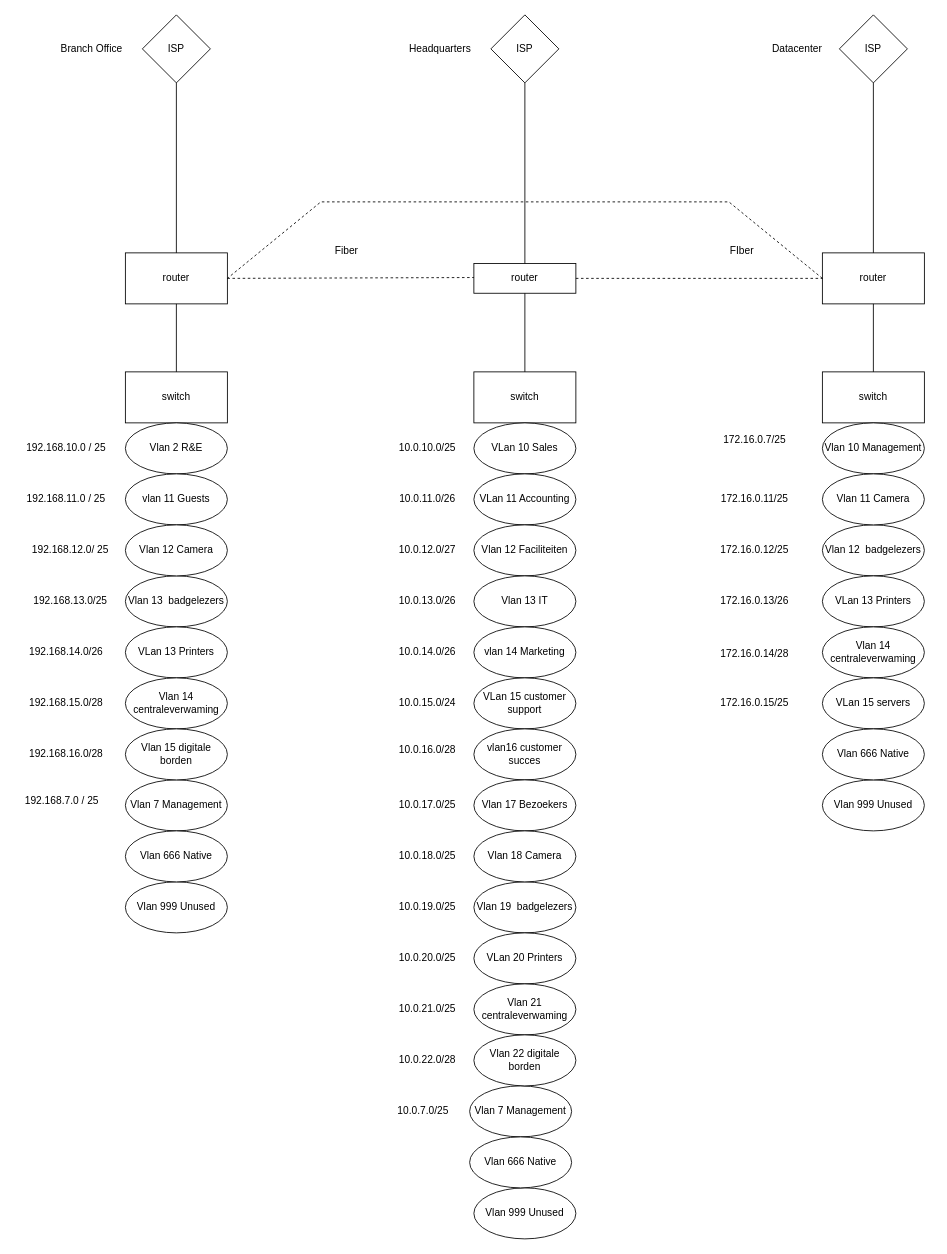
The draw.io diagram ENSW.drawio in robbeabe/CCNA3, before the edit. Source tidied: cells renumbered, new cells numbered last; positions are measured from the earlier drawing's top-left corner, leaving out a move shared by most shapes. Both pictures are drawn from the tidied source at 85%, with x=0, y=0 at pixel (14, 14).
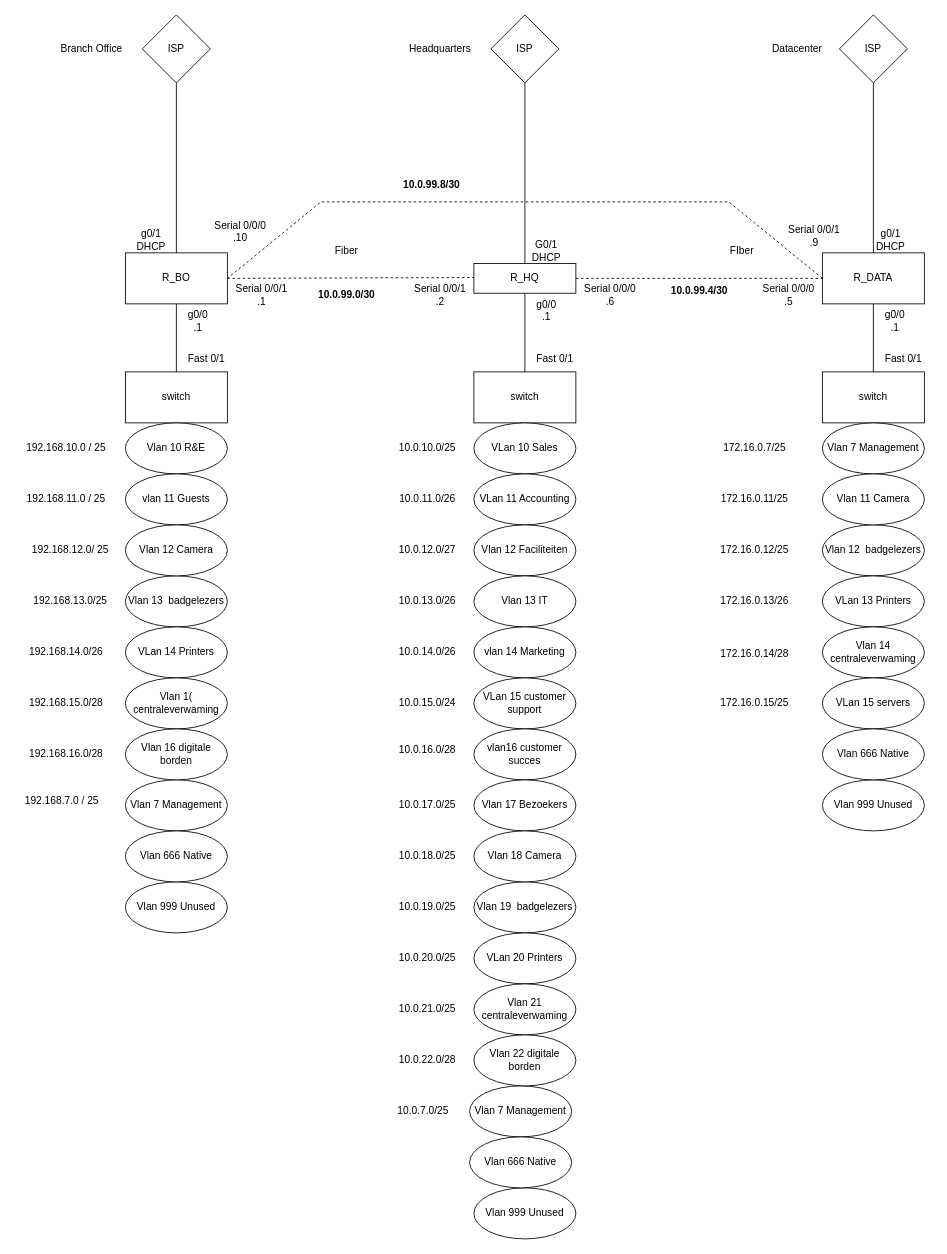
Above is the later version.

What changed in the source:
```diff
@@
-    <mxCell id="2" value="router" style="rounded=0;whiteSpace=wrap;html=1;" parent="1" vertex="1">
+    <mxCell id="2" value="R_BO" style="rounded=0;whiteSpace=wrap;html=1;" parent="1" vertex="1">
       <mxGeometry x="130" y="280" width="120" height="60" as="geometry" />
     </mxCell>
-    <mxCell id="3" value="router" style="rounded=0;whiteSpace=wrap;html=1;" parent="1" vertex="1">
+    <mxCell id="3" value="R_HQ" style="rounded=0;whiteSpace=wrap;html=1;" parent="1" vertex="1">
       <mxGeometry x="540" y="292.5" width="120" height="35" as="geometry" />
     </mxCell>
-    <mxCell id="4" value="router" style="rounded=0;whiteSpace=wrap;html=1;" parent="1" vertex="1">
+    <mxCell id="4" value="R_DATA" style="rounded=0;whiteSpace=wrap;html=1;" parent="1" vertex="1">
       <mxGeometry x="950" y="280" width="120" height="60" as="geometry" />
     </mxCell>
@@
-    <mxCell id="37" value="Vlan 2 R&amp;amp;E" style="ellipse;whiteSpace=wrap;html=1;" parent="1" vertex="1">
+    <mxCell id="37" value="Vlan 10 R&amp;amp;E" style="ellipse;whiteSpace=wrap;html=1;" parent="1" vertex="1">
       <mxGeometry x="130" y="480" width="120" height="60" as="geometry" />
     </mxCell>
@@
-    <mxCell id="43" value="VLan 13 Printers" style="ellipse;whiteSpace=wrap;html=1;" parent="1" vertex="1">
+    <mxCell id="43" value="VLan 14 Printers" style="ellipse;whiteSpace=wrap;html=1;" parent="1" vertex="1">
       <mxGeometry x="130" y="720" width="120" height="60" as="geometry" />
     </mxCell>
-    <mxCell id="44" value="Vlan 14 centraleverwaming" style="ellipse;whiteSpace=wrap;html=1;" parent="1" vertex="1">
+    <mxCell id="44" value="Vlan 1( centraleverwaming" style="ellipse;whiteSpace=wrap;html=1;" parent="1" vertex="1">
       <mxGeometry x="130" y="780" width="120" height="60" as="geometry" />
     </mxCell>
-    <mxCell id="45" value="Vlan 15 digitale borden" style="ellipse;whiteSpace=wrap;html=1;" parent="1" vertex="1">
+    <mxCell id="45" value="Vlan 16 digitale borden" style="ellipse;whiteSpace=wrap;html=1;" parent="1" vertex="1">
       <mxGeometry x="130" y="840" width="120" height="60" as="geometry" />
     </mxCell>
@@
-    <mxCell id="48" value="&lt;span style=&quot;&quot;&gt;Vlan 10 Management&lt;/span&gt;" style="ellipse;whiteSpace=wrap;html=1;" parent="1" vertex="1">
+    <mxCell id="48" value="&lt;span style=&quot;&quot;&gt;Vlan 7 Management&lt;/span&gt;" style="ellipse;whiteSpace=wrap;html=1;" parent="1" vertex="1">
       <mxGeometry x="950" y="480" width="120" height="60" as="geometry" />
     </mxCell>
@@
     <mxCell id="77" value="172.16.0.7/25" style="text;html=1;align=center;verticalAlign=middle;strokeColor=none;fillColor=none;" parent="1" vertex="1">
-      <mxGeometry x="820" y="485" width="100" height="30" as="geometry" />
+      <mxGeometry x="820" y="495" width="100" height="30" as="geometry" />
     </mxCell>
@@
+    <mxCell id="87" value="Serial 0/0/1&lt;br&gt;.1" style="text;html=1;align=center;verticalAlign=middle;strokeColor=none;fillColor=none;" parent="1" vertex="1">
+      <mxGeometry x="250" y="310" width="80" height="40" as="geometry" />
+    </mxCell>
+    <mxCell id="88" value="Serial 0/0/1&lt;br&gt;.2" style="text;html=1;align=center;verticalAlign=middle;strokeColor=none;fillColor=none;" parent="1" vertex="1">
+      <mxGeometry x="460" y="310" width="80" height="40" as="geometry" />
+    </mxCell>
+    <mxCell id="89" value="Serial 0/0/0&lt;br&gt;.6" style="text;html=1;align=center;verticalAlign=middle;strokeColor=none;fillColor=none;" parent="1" vertex="1">
+      <mxGeometry x="660" y="310" width="80" height="40" as="geometry" />
+    </mxCell>
+    <mxCell id="90" value="Serial 0/0/0&lt;br&gt;.5" style="text;html=1;align=center;verticalAlign=middle;strokeColor=none;fillColor=none;" parent="1" vertex="1">
+      <mxGeometry x="870" y="310" width="80" height="40" as="geometry" />
+    </mxCell>
+    <mxCell id="91" value="Serial 0/0/1&lt;br&gt;.9" style="text;html=1;align=center;verticalAlign=middle;strokeColor=none;fillColor=none;" parent="1" vertex="1">
+      <mxGeometry x="900" y="240" width="80" height="40" as="geometry" />
+    </mxCell>
+    <mxCell id="92" value="Serial 0/0/0&lt;br&gt;.10" style="text;html=1;align=center;verticalAlign=middle;strokeColor=none;fillColor=none;" parent="1" vertex="1">
+      <mxGeometry x="225" y="235" width="80" height="40" as="geometry" />
+    </mxCell>
+    <mxCell id="93" value="g0/1&lt;br&gt;DHCP" style="text;html=1;align=center;verticalAlign=middle;strokeColor=none;fillColor=none;" parent="1" vertex="1">
+      <mxGeometry x="1000" y="245" width="60" height="40" as="geometry" />
+    </mxCell>
+    <mxCell id="94" value="G0/1&lt;br&gt;DHCP" style="text;html=1;align=center;verticalAlign=middle;strokeColor=none;fillColor=none;" parent="1" vertex="1">
+      <mxGeometry x="595" y="257.5" width="60" height="40" as="geometry" />
+    </mxCell>
+    <mxCell id="95" value="g0/1&lt;br&gt;DHCP" style="text;html=1;align=center;verticalAlign=middle;strokeColor=none;fillColor=none;" parent="1" vertex="1">
+      <mxGeometry x="130" y="245" width="60" height="40" as="geometry" />
+    </mxCell>
+    <mxCell id="96" value="g0/0&lt;br&gt;.1" style="text;html=1;align=center;verticalAlign=middle;strokeColor=none;fillColor=none;" parent="1" vertex="1">
+      <mxGeometry x="600" y="327.5" width="50" height="40" as="geometry" />
+    </mxCell>
+    <mxCell id="97" value="g0/0&lt;br&gt;.1" style="text;html=1;align=center;verticalAlign=middle;strokeColor=none;fillColor=none;" parent="1" vertex="1">
+      <mxGeometry x="1010" y="340" width="50" height="40" as="geometry" />
+    </mxCell>
+    <mxCell id="98" value="g0/0&lt;br&gt;.1" style="text;html=1;align=center;verticalAlign=middle;strokeColor=none;fillColor=none;" parent="1" vertex="1">
+      <mxGeometry x="190" y="340" width="50" height="40" as="geometry" />
+    </mxCell>
+    <mxCell id="99" value="&lt;b&gt;10.0.99.0/30&lt;/b&gt;" style="text;html=1;align=center;verticalAlign=middle;strokeColor=none;fillColor=none;" parent="1" vertex="1">
+      <mxGeometry x="345" y="315" width="90" height="30" as="geometry" />
+    </mxCell>
+    <mxCell id="100" value="&lt;b&gt;10.0.99.8/30&lt;/b&gt;" style="text;html=1;align=center;verticalAlign=middle;strokeColor=none;fillColor=none;" parent="1" vertex="1">
+      <mxGeometry x="445" y="185" width="90" height="30" as="geometry" />
+    </mxCell>
+    <mxCell id="101" value="&lt;b&gt;10.0.99.4/30&lt;/b&gt;" style="text;html=1;align=center;verticalAlign=middle;strokeColor=none;fillColor=none;" parent="1" vertex="1">
+      <mxGeometry x="760" y="310" width="90" height="30" as="geometry" />
+    </mxCell>
+    <mxCell id="102" value="Fast 0/1" style="text;html=1;align=center;verticalAlign=middle;strokeColor=none;fillColor=none;" parent="1" vertex="1">
+      <mxGeometry x="190" y="390" width="70" height="30" as="geometry" />
+    </mxCell>
+    <mxCell id="103" value="Fast 0/1" style="text;html=1;align=center;verticalAlign=middle;strokeColor=none;fillColor=none;" parent="1" vertex="1">
+      <mxGeometry x="600" y="390" width="70" height="30" as="geometry" />
+    </mxCell>
+    <mxCell id="104" value="Fast 0/1" style="text;html=1;align=center;verticalAlign=middle;strokeColor=none;fillColor=none;" parent="1" vertex="1">
+      <mxGeometry x="1010" y="390" width="70" height="30" as="geometry" />
+    </mxCell>
```
